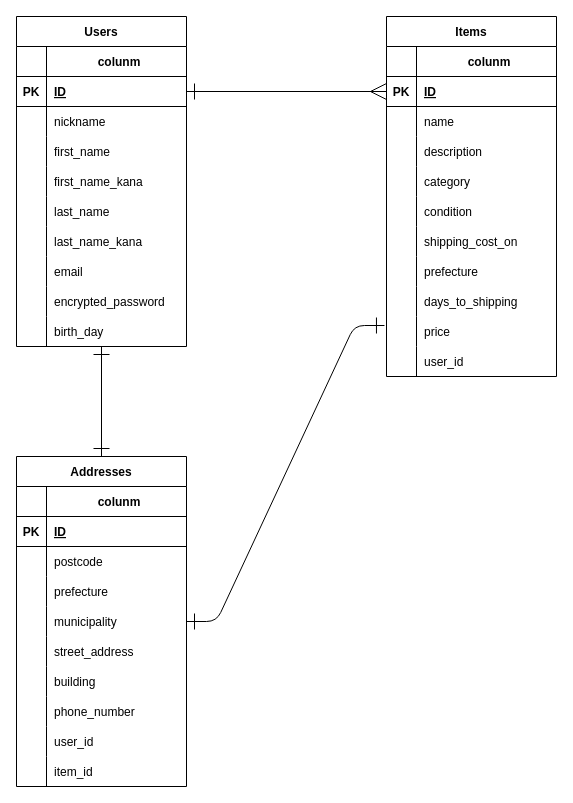
This is er-diagram.dio from ArgonSys/furima-40158, a draw.io file, before an edit. Source tidied: cells renumbered, new cells numbered last; positions are measured from the earlier drawing's top-left corner, leaving out a move shared by most shapes. Both pictures are drawn from the tidied source at 100%, with x=0, y=0 at pixel (16, 16).
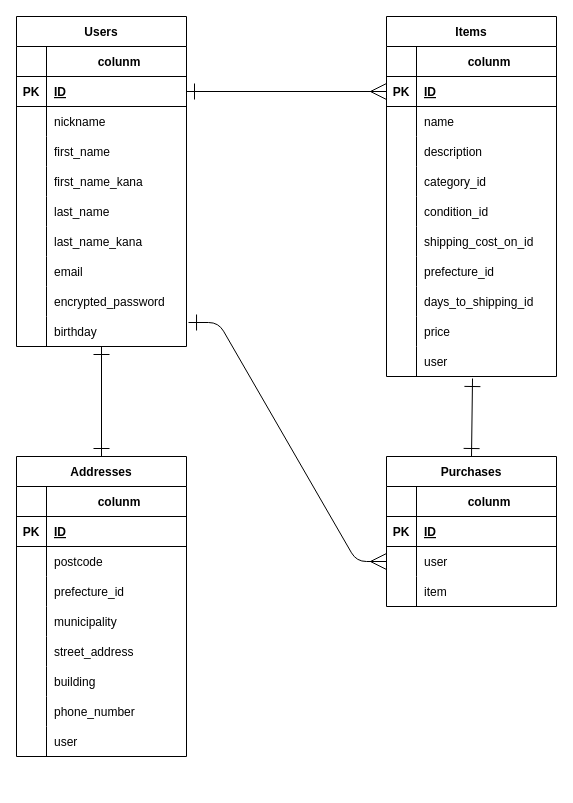
Above is the later version.

Commit message (it also covers changes not shown here):
Purchasesテーブルの追加、Columnの修正

The change refers to these unchanged cells:
```xml
<mxCell id="30" style="shape=tableRow;horizontal=0;startSize=0;swimlaneHead=0;swimlaneBody=0;fillColor=none;points=[[0,0.5],[1,0.5]];portConstraint=eastwest;top=0;left=0;right=0;bottom=0;" parent="2" vertex="1">
  <mxGeometry y="300" width="170" height="30" as="geometry" />
</mxCell>
<mxCell id="46" style="shape=tableRow;horizontal=0;startSize=0;swimlaneHead=0;swimlaneBody=0;fillColor=none;top=0;left=0;right=0;bottom=0;" parent="33" vertex="1">
  <mxGeometry y="150" width="170" height="30" as="geometry" />
</mxCell>
<mxCell id="49" style="shape=tableRow;horizontal=0;startSize=0;swimlaneHead=0;swimlaneBody=0;fillColor=none;top=0;left=0;right=0;bottom=0;" parent="33" vertex="1">
  <mxGeometry y="180" width="170" height="30" as="geometry" />
</mxCell>
<mxCell id="52" style="shape=tableRow;horizontal=0;startSize=0;swimlaneHead=0;swimlaneBody=0;fillColor=none;top=0;left=0;right=0;bottom=0;" parent="33" vertex="1">
  <mxGeometry y="210" width="170" height="30" as="geometry" />
</mxCell>
<mxCell id="55" style="shape=tableRow;horizontal=0;startSize=0;swimlaneHead=0;swimlaneBody=0;fillColor=none;top=0;left=0;right=0;bottom=0;" parent="33" vertex="1">
  <mxGeometry y="240" width="170" height="30" as="geometry" />
</mxCell>
<mxCell id="58" style="shape=tableRow;horizontal=0;startSize=0;swimlaneHead=0;swimlaneBody=0;fillColor=none;top=0;left=0;right=0;bottom=0;" parent="33" vertex="1">
  <mxGeometry y="270" width="170" height="30" as="geometry" />
</mxCell>
<mxCell id="61" style="shape=tableRow;horizontal=0;startSize=0;swimlaneHead=0;swimlaneBody=0;fillColor=none;points=[[0,0.5],[1,0.5]];portConstraint=eastwest;top=0;left=0;right=0;bottom=0;" parent="33" vertex="1">
  <mxGeometry y="300" width="170" height="30" as="geometry" />
</mxCell>
<mxCell id="64" style="shape=tableRow;horizontal=0;startSize=0;swimlaneHead=0;swimlaneBody=0;fillColor=none;points=[[0,0.5],[1,0.5]];portConstraint=eastwest;top=0;left=0;right=0;bottom=0;" parent="33" vertex="1">
  <mxGeometry y="330" width="170" height="30" as="geometry" />
</mxCell>
<mxCell id="77" style="shape=tableRow;horizontal=0;startSize=0;swimlaneHead=0;swimlaneBody=0;fillColor=none;top=0;left=0;right=0;bottom=0;" parent="67" vertex="1">
  <mxGeometry y="120" width="170" height="30" as="geometry" />
</mxCell>
<mxCell id="80" style="shape=tableRow;horizontal=0;startSize=0;swimlaneHead=0;swimlaneBody=0;fillColor=none;points=[[0,0.5],[1,0.5]];portConstraint=eastwest;top=0;left=0;right=0;bottom=0;" parent="67" vertex="1">
  <mxGeometry y="150" width="170" height="30" as="geometry" />
</mxCell>
<mxCell id="92" style="shape=tableRow;horizontal=0;startSize=0;swimlaneHead=0;swimlaneBody=0;fillColor=none;top=0;left=0;right=0;bottom=0;" parent="67" vertex="1">
  <mxGeometry y="270" width="170" height="30" as="geometry" />
</mxCell>
```

Diff of the diagram source:
```diff
@@
-    <mxCell id="32" value="birth_day" style="shape=partialRectangle;fillColor=none;top=0;left=0;bottom=0;right=0;align=left;spacingLeft=6;overflow=hidden;" parent="30" vertex="1">
+    <mxCell id="32" value="birthday" style="shape=partialRectangle;fillColor=none;top=0;left=0;bottom=0;right=0;align=left;spacingLeft=6;overflow=hidden;" parent="30" vertex="1">
       <mxGeometry x="30" width="140" height="30" as="geometry" />
     </mxCell>
@@
-    <mxCell id="48" value="category" style="shape=partialRectangle;fillColor=none;top=0;left=0;bottom=0;right=0;align=left;spacingLeft=6;overflow=hidden;" parent="46" vertex="1">
+    <mxCell id="48" value="category_id" style="shape=partialRectangle;fillColor=none;top=0;left=0;bottom=0;right=0;align=left;spacingLeft=6;overflow=hidden;" parent="46" vertex="1">
       <mxGeometry x="30" width="140" height="30" as="geometry" />
     </mxCell>
@@
-    <mxCell id="51" value="condition" style="shape=partialRectangle;fillColor=none;top=0;left=0;bottom=0;right=0;align=left;spacingLeft=6;overflow=hidden;" parent="49" vertex="1">
+    <mxCell id="51" value="condition_id" style="shape=partialRectangle;fillColor=none;top=0;left=0;bottom=0;right=0;align=left;spacingLeft=6;overflow=hidden;" parent="49" vertex="1">
       <mxGeometry x="30" width="140" height="30" as="geometry" />
     </mxCell>
@@
-    <mxCell id="54" value="shipping_cost_on" style="shape=partialRectangle;fillColor=none;top=0;left=0;bottom=0;right=0;align=left;spacingLeft=6;overflow=hidden;" parent="52" vertex="1">
+    <mxCell id="54" value="shipping_cost_on_id" style="shape=partialRectangle;fillColor=none;top=0;left=0;bottom=0;right=0;align=left;spacingLeft=6;overflow=hidden;" parent="52" vertex="1">
       <mxGeometry x="30" width="140" height="30" as="geometry" />
     </mxCell>
@@
-    <mxCell id="57" value="prefecture" style="shape=partialRectangle;fillColor=none;top=0;left=0;bottom=0;right=0;align=left;spacingLeft=6;overflow=hidden;" parent="55" vertex="1">
+    <mxCell id="57" value="prefecture_id" style="shape=partialRectangle;fillColor=none;top=0;left=0;bottom=0;right=0;align=left;spacingLeft=6;overflow=hidden;" parent="55" vertex="1">
       <mxGeometry x="30" width="140" height="30" as="geometry" />
     </mxCell>
@@
-    <mxCell id="60" value="days_to_shipping" style="shape=partialRectangle;fillColor=none;top=0;left=0;bottom=0;right=0;align=left;spacingLeft=6;overflow=hidden;" parent="58" vertex="1">
+    <mxCell id="60" value="days_to_shipping_id" style="shape=partialRectangle;fillColor=none;top=0;left=0;bottom=0;right=0;align=left;spacingLeft=6;overflow=hidden;" parent="58" vertex="1">
       <mxGeometry x="30" width="140" height="30" as="geometry" />
     </mxCell>
@@
-    <mxCell id="66" value="user_id" style="shape=partialRectangle;fillColor=none;top=0;left=0;bottom=0;right=0;align=left;spacingLeft=6;overflow=hidden;" parent="64" vertex="1">
+    <mxCell id="66" value="user" style="shape=partialRectangle;fillColor=none;top=0;left=0;bottom=0;right=0;align=left;spacingLeft=6;overflow=hidden;" parent="64" vertex="1">
       <mxGeometry x="30" width="140" height="30" as="geometry" />
     </mxCell>
     <mxCell id="67" value="Addresses" style="shape=table;startSize=30;childLayout=tableLayout;rowLines=0;fontStyle=1;align=center;" parent="1" vertex="1">
-      <mxGeometry y="440" width="170" height="330" as="geometry" />
+      <mxGeometry y="440" width="170" height="300" as="geometry" />
     </mxCell>
@@
-    <mxCell id="79" value="prefecture" style="shape=partialRectangle;fillColor=none;top=0;left=0;bottom=0;right=0;align=left;spacingLeft=6;overflow=hidden;" parent="77" vertex="1">
+    <mxCell id="79" value="prefecture_id" style="shape=partialRectangle;fillColor=none;top=0;left=0;bottom=0;right=0;align=left;spacingLeft=6;overflow=hidden;" parent="77" vertex="1">
       <mxGeometry x="30" width="140" height="30" as="geometry" />
     </mxCell>
@@
-    <mxCell id="94" value="user_id" style="shape=partialRectangle;fillColor=none;top=0;left=0;bottom=0;right=0;align=left;spacingLeft=6;overflow=hidden;" parent="92" vertex="1">
+    <mxCell id="94" value="user" style="shape=partialRectangle;fillColor=none;top=0;left=0;bottom=0;right=0;align=left;spacingLeft=6;overflow=hidden;" parent="92" vertex="1">
       <mxGeometry x="30" width="140" height="30" as="geometry" />
     </mxCell>
-    <mxCell id="95" style="shape=tableRow;horizontal=0;startSize=0;swimlaneHead=0;swimlaneBody=0;fillColor=none;top=0;left=0;right=0;bottom=0;" parent="67" vertex="1">
-      <mxGeometry y="300" width="170" height="30" as="geometry" />
-    </mxCell>
-    <mxCell id="96" style="shape=partialRectangle;fillColor=none;top=0;left=0;bottom=0;right=0;overflow=hidden;" parent="95" vertex="1">
-      <mxGeometry width="30" height="30" as="geometry" />
-    </mxCell>
-    <mxCell id="97" value="item_id" style="shape=partialRectangle;fillColor=none;top=0;left=0;bottom=0;right=0;align=left;spacingLeft=6;overflow=hidden;" parent="95" vertex="1">
-      <mxGeometry x="30" width="140" height="30" as="geometry" />
-    </mxCell>
@@
-    <mxCell id="99" style="edgeStyle=entityRelationEdgeStyle;fontSize=12;html=1;endArrow=ERone;entryX=1;entryY=0.5;entryDx=0;entryDy=0;endFill=0;startArrow=ERone;startFill=0;endSize=14;startSize=14;exitX=-0.012;exitY=0.3;exitDx=0;exitDy=0;exitPerimeter=0;" parent="1" edge="1" source="61" target="80">
-      <mxGeometry relative="1" as="geometry" />
-    </mxCell>
@@
+    <mxCell id="101" value="Purchases" style="shape=table;startSize=30;childLayout=tableLayout;rowLines=0;fontStyle=1;align=center;" parent="1" vertex="1">
+      <mxGeometry x="370" y="440" width="170" height="150" as="geometry" />
+    </mxCell>
+    <mxCell id="102" style="shape=tableRow;horizontal=0;startSize=0;swimlaneHead=0;swimlaneBody=0;fillColor=none;top=0;left=0;right=0;bottom=1;" parent="101" vertex="1">
+      <mxGeometry y="30" width="170" height="30" as="geometry" />
+    </mxCell>
+    <mxCell id="103" style="shape=partialRectangle;fillColor=none;top=0;left=0;bottom=0;right=0;fontStyle=1;overflow=hidden;" parent="102" vertex="1">
+      <mxGeometry width="30" height="30" as="geometry" />
+    </mxCell>
+    <mxCell id="104" value="colunm" style="shape=partialRectangle;fillColor=none;top=0;left=0;bottom=0;right=0;align=center;spacingLeft=6;fontStyle=1;overflow=hidden;" parent="102" vertex="1">
+      <mxGeometry x="30" width="140" height="30" as="geometry" />
+    </mxCell>
+    <mxCell id="105" style="shape=tableRow;horizontal=0;startSize=0;swimlaneHead=0;swimlaneBody=0;fillColor=none;top=0;left=0;right=0;bottom=1;" parent="101" vertex="1">
+      <mxGeometry y="60" width="170" height="30" as="geometry" />
+    </mxCell>
+    <mxCell id="106" value="PK" style="shape=partialRectangle;fillColor=none;top=0;left=0;bottom=0;right=0;fontStyle=1;overflow=hidden;" parent="105" vertex="1">
+      <mxGeometry width="30" height="30" as="geometry" />
+    </mxCell>
+    <mxCell id="107" value="ID" style="shape=partialRectangle;fillColor=none;top=0;left=0;bottom=0;right=0;align=left;spacingLeft=6;fontStyle=5;overflow=hidden;" parent="105" vertex="1">
+      <mxGeometry x="30" width="140" height="30" as="geometry" />
+    </mxCell>
+    <mxCell id="108" style="shape=tableRow;horizontal=0;startSize=0;swimlaneHead=0;swimlaneBody=0;fillColor=none;points=[[0,0.5],[1,0.5]];portConstraint=eastwest;top=0;left=0;right=0;bottom=0;" parent="101" vertex="1">
+      <mxGeometry y="90" width="170" height="30" as="geometry" />
+    </mxCell>
+    <mxCell id="109" style="shape=partialRectangle;fillColor=none;top=0;left=0;bottom=0;right=0;overflow=hidden;" parent="108" vertex="1">
+      <mxGeometry width="30" height="30" as="geometry" />
+    </mxCell>
+    <mxCell id="110" value="user" style="shape=partialRectangle;fillColor=none;top=0;left=0;bottom=0;right=0;align=left;spacingLeft=6;overflow=hidden;" parent="108" vertex="1">
+      <mxGeometry x="30" width="140" height="30" as="geometry" />
+    </mxCell>
+    <mxCell id="111" style="shape=tableRow;horizontal=0;startSize=0;swimlaneHead=0;swimlaneBody=0;fillColor=none;top=0;left=0;right=0;bottom=0;" parent="101" vertex="1">
+      <mxGeometry y="120" width="170" height="30" as="geometry" />
+    </mxCell>
+    <mxCell id="112" style="shape=partialRectangle;fillColor=none;top=0;left=0;bottom=0;right=0;overflow=hidden;" parent="111" vertex="1">
+      <mxGeometry width="30" height="30" as="geometry" />
+    </mxCell>
+    <mxCell id="113" value="item" style="shape=partialRectangle;fillColor=none;top=0;left=0;bottom=0;right=0;align=left;spacingLeft=6;overflow=hidden;" parent="111" vertex="1">
+      <mxGeometry x="30" width="140" height="30" as="geometry" />
+    </mxCell>
+    <mxCell id="114" style="fontSize=12;html=1;endArrow=ERone;entryX=0.5;entryY=0;entryDx=0;entryDy=0;endFill=0;startArrow=ERone;startFill=0;endSize=14;startSize=14;exitX=0.506;exitY=1.067;exitDx=0;exitDy=0;exitPerimeter=0;" parent="1" edge="1" source="64" target="101">
+      <mxGeometry relative="1" as="geometry" />
+    </mxCell>
+    <mxCell id="115" style="fontSize=12;html=1;endArrow=ERmany;endFill=0;startArrow=ERone;startFill=0;endSize=14;startSize=14;entryX=0;entryY=0.5;entryDx=0;entryDy=0;exitX=1.012;exitY=0.2;exitDx=0;exitDy=0;exitPerimeter=0;edgeStyle=entityRelationEdgeStyle;" parent="1" edge="1" source="30" target="108">
+      <mxGeometry relative="1" as="geometry" />
+    </mxCell>
```
